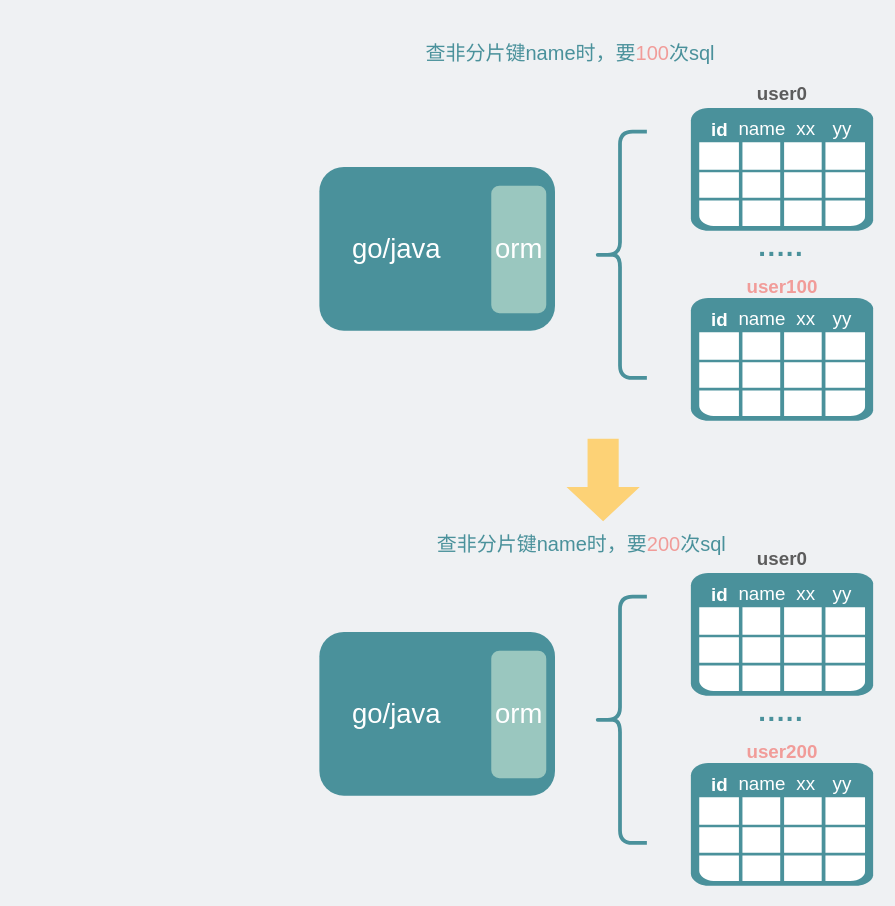
xiaobaiTech/image keeps this draw.io diagram as network/通过新索引表解决读扩散问题.drawio. Above is the earlier version. Source tidied: cells renumbered, new cells numbered last; positions are measured from the earlier drawing's top-left corner, leaving out a move shared by most shapes. Both pictures are drawn from the tidied source at 125%, with x=0, y=0 at pixel (319, 21).
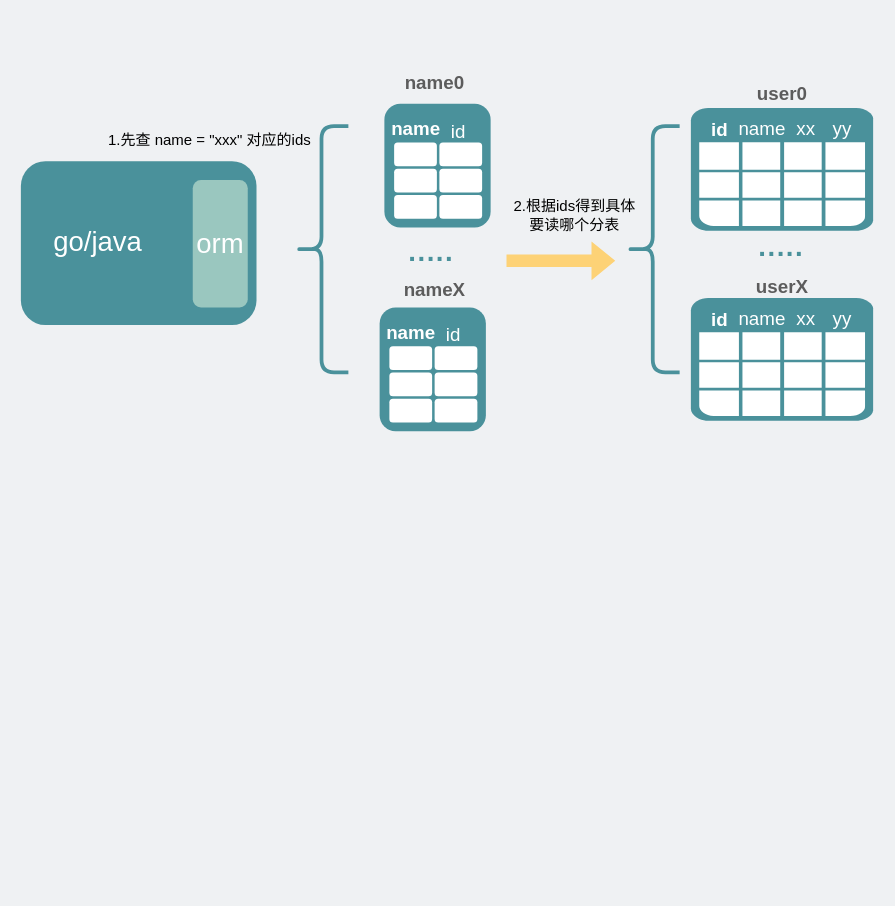
After the change.

Commit message:
Update 通过新索引表解决读扩散问题.drawio

The edit, as a diff of the source:
```diff
@@
+    <mxCell id="43" style="rounded=1;whiteSpace=wrap;html=1;fillColor=#4A919B;strokeColor=none;" parent="1" vertex="1">
+      <mxGeometry x="48.2" y="228.5" width="85" height="99" as="geometry" />
+    </mxCell>
     <mxCell id="2" style="rounded=1;whiteSpace=wrap;html=1;fillColor=#4A919B;strokeColor=none;" parent="1" vertex="1">
-      <mxGeometry y="116" width="188.5" height="131" as="geometry" />
+      <mxGeometry x="-238.8" y="111.5" width="188.5" height="131" as="geometry" />
     </mxCell>
@@
     <mxCell id="4" value="&lt;font color=&quot;#ffffff&quot; style=&quot;font-size: 22px;&quot;&gt;orm&lt;/font&gt;" style="rounded=1;whiteSpace=wrap;html=1;fillColor=#9AC7BF;strokeColor=none;" parent="1" vertex="1">
-      <mxGeometry x="137.5" y="131" width="44" height="102" as="geometry" />
+      <mxGeometry x="-101.3" y="126.5" width="44" height="102" as="geometry" />
     </mxCell>
     <mxCell id="5" value="&lt;font color=&quot;#ffffff&quot;&gt;go/java&lt;/font&gt;" style="text;html=1;strokeColor=none;fillColor=none;align=center;verticalAlign=middle;whiteSpace=wrap;rounded=0;fontSize=22;" parent="1" vertex="1">
-      <mxGeometry x="31.5" y="166.5" width="60" height="30" as="geometry" />
+      <mxGeometry x="-207.3" y="162" width="60" height="30" as="geometry" />
     </mxCell>
     <mxCell id="6" style="shape=curlyBracket;whiteSpace=wrap;html=1;rounded=1;fontSize=22;fontColor=#FFFFFF;strokeColor=#4A919B;fillColor=none;strokeWidth=3;" parent="1" vertex="1">
-      <mxGeometry x="219" y="87.8" width="43" height="197" as="geometry" />
+      <mxGeometry x="-19.8" y="83.3" width="43" height="197" as="geometry" />
     </mxCell>
@@
-    <mxCell id="10" value="&lt;font style=&quot;font-size: 16px;&quot;&gt;查非分片键name时，要&lt;font color=&quot;#f19c99&quot;&gt;100&lt;/font&gt;次sql&lt;/font&gt;" style="text;html=1;strokeColor=none;fillColor=none;align=center;verticalAlign=middle;whiteSpace=wrap;rounded=0;fontSize=22;fontColor=#4A919B;" parent="1" vertex="1">
-      <mxGeometry x="31.5" width="338" height="48" as="geometry" />
-    </mxCell>
@@
-    <mxCell id="17" value="&lt;font color=&quot;#f19c99&quot;&gt;&lt;span style=&quot;font-size: 15px;&quot;&gt;user100&lt;/span&gt;&lt;/font&gt;" style="text;strokeColor=none;fillColor=none;html=1;fontSize=24;fontStyle=1;verticalAlign=middle;align=center;fontColor=#FFFFFF;" parent="1" vertex="1">
+    <mxCell id="17" value="&lt;font color=&quot;#5c5c5c&quot;&gt;&lt;span style=&quot;font-size: 15px;&quot;&gt;userX&lt;/span&gt;&lt;/font&gt;" style="text;strokeColor=none;fillColor=none;html=1;fontSize=24;fontStyle=1;verticalAlign=middle;align=center;fontColor=#FFFFFF;" parent="1" vertex="1">
       <mxGeometry x="320.1" y="197" width="100" height="23" as="geometry" />
     </mxCell>
@@
-    <mxCell id="22" style="rounded=1;whiteSpace=wrap;html=1;fillColor=#4A919B;strokeColor=none;" parent="1" vertex="1">
-      <mxGeometry y="488" width="188.5" height="131" as="geometry" />
-    </mxCell>
-    <mxCell id="23" style="shadow=0;dashed=0;html=1;strokeColor=none;fillColor=#4A919B;labelPosition=center;verticalLabelPosition=bottom;verticalAlign=top;align=center;shape=mxgraph.veeam.table;fontSize=22;" parent="1" vertex="1">
-      <mxGeometry x="297.2" y="440.8" width="145.8" height="98.2" as="geometry" />
-    </mxCell>
-    <mxCell id="24" value="&lt;font color=&quot;#ffffff&quot; style=&quot;font-size: 22px;&quot;&gt;orm&lt;/font&gt;" style="rounded=1;whiteSpace=wrap;html=1;fillColor=#9AC7BF;strokeColor=none;" parent="1" vertex="1">
-      <mxGeometry x="137.5" y="503" width="44" height="102" as="geometry" />
-    </mxCell>
-    <mxCell id="25" value="&lt;font color=&quot;#ffffff&quot;&gt;go/java&lt;/font&gt;" style="text;html=1;strokeColor=none;fillColor=none;align=center;verticalAlign=middle;whiteSpace=wrap;rounded=0;fontSize=22;" parent="1" vertex="1">
-      <mxGeometry x="31.5" y="538.5" width="60" height="30" as="geometry" />
-    </mxCell>
-    <mxCell id="26" style="shape=curlyBracket;whiteSpace=wrap;html=1;rounded=1;fontSize=22;fontColor=#FFFFFF;strokeColor=#4A919B;fillColor=none;strokeWidth=3;" parent="1" vertex="1">
-      <mxGeometry x="219" y="459.8" width="43" height="197" as="geometry" />
-    </mxCell>
-    <mxCell id="27" value="&lt;span style=&quot;font-size: 15px;&quot;&gt;&lt;b&gt;id&lt;/b&gt;&lt;/span&gt;" style="text;strokeColor=none;fillColor=none;html=1;fontSize=15;fontStyle=0;verticalAlign=middle;align=center;fontColor=#FFFFFF;" parent="1" vertex="1">
-      <mxGeometry x="298" y="448" width="44" height="20" as="geometry" />
-    </mxCell>
-    <mxCell id="28" value="&lt;font color=&quot;#5c5c5c&quot;&gt;&lt;span style=&quot;font-size: 15px;&quot;&gt;user0&lt;/span&gt;&lt;/font&gt;" style="text;strokeColor=none;fillColor=none;html=1;fontSize=24;fontStyle=1;verticalAlign=middle;align=center;fontColor=#FFFFFF;" parent="1" vertex="1">
-      <mxGeometry x="320.1" y="407" width="100" height="40" as="geometry" />
-    </mxCell>
+    <mxCell id="44" value="&lt;span style=&quot;font-size: 15px;&quot;&gt;id&lt;/span&gt;" style="text;strokeColor=none;fillColor=none;html=1;fontSize=15;fontStyle=0;verticalAlign=middle;align=center;fontColor=#FFFFFF;" parent="1" vertex="1">
+      <mxGeometry x="85.4" y="239.5" width="44" height="20" as="geometry" />
+    </mxCell>
+    <mxCell id="45" value="&lt;font color=&quot;#5c5c5c&quot;&gt;&lt;span style=&quot;font-size: 15px;&quot;&gt;nameX&lt;/span&gt;&lt;/font&gt;" style="text;strokeColor=none;fillColor=none;html=1;fontSize=24;fontStyle=1;verticalAlign=middle;align=center;fontColor=#FFFFFF;" parent="1" vertex="1">
+      <mxGeometry x="42.2" y="192" width="100" height="40" as="geometry" />
+    </mxCell>
+    <mxCell id="46" style="edgeStyle=orthogonalEdgeStyle;rounded=0;orthogonalLoop=1;jettySize=auto;html=1;exitX=0.5;exitY=1;exitDx=0;exitDy=0;fontSize=15;fontColor=#4A919B;" parent="1" edge="1">
+      <mxGeometry relative="1" as="geometry">
+        <mxPoint x="66.5" y="250.3" as="sourcePoint" />
+        <mxPoint x="66.5" y="250.3" as="targetPoint" />
+      </mxGeometry>
+    </mxCell>
+    <mxCell id="47" value="&lt;span style=&quot;font-size: 15px;&quot;&gt;&lt;b&gt;name&lt;/b&gt;&lt;/span&gt;" style="text;strokeColor=none;fillColor=none;html=1;fontSize=15;fontStyle=0;verticalAlign=middle;align=center;fontColor=#FFFFFF;" parent="1" vertex="1">
+      <mxGeometry x="56.9" y="239.5" width="32.9" height="17" as="geometry" />
+    </mxCell>
+    <mxCell id="48" style="rounded=1;whiteSpace=wrap;html=1;fillColor=#FFFFFF;strokeColor=none;" parent="1" vertex="1">
+      <mxGeometry x="56" y="259.5" width="34.2" height="19" as="geometry" />
+    </mxCell>
+    <mxCell id="49" style="rounded=1;whiteSpace=wrap;html=1;fillColor=#FFFFFF;strokeColor=none;" parent="1" vertex="1">
+      <mxGeometry x="92.2" y="259.5" width="34.2" height="19" as="geometry" />
+    </mxCell>
+    <mxCell id="50" style="rounded=1;whiteSpace=wrap;html=1;fillColor=#FFFFFF;strokeColor=none;" parent="1" vertex="1">
+      <mxGeometry x="56" y="280.5" width="34.2" height="19" as="geometry" />
+    </mxCell>
+    <mxCell id="51" style="rounded=1;whiteSpace=wrap;html=1;fillColor=#FFFFFF;strokeColor=none;" parent="1" vertex="1">
+      <mxGeometry x="92.2" y="280.5" width="34.2" height="19" as="geometry" />
+    </mxCell>
+    <mxCell id="52" style="rounded=1;whiteSpace=wrap;html=1;fillColor=#FFFFFF;strokeColor=none;" parent="1" vertex="1">
+      <mxGeometry x="56" y="301.5" width="34.2" height="19" as="geometry" />
+    </mxCell>
+    <mxCell id="53" style="rounded=1;whiteSpace=wrap;html=1;fillColor=#FFFFFF;strokeColor=none;" parent="1" vertex="1">
+      <mxGeometry x="92.2" y="301.5" width="34.2" height="19" as="geometry" />
+    </mxCell>
+    <mxCell id="54" style="rounded=1;whiteSpace=wrap;html=1;fillColor=#4A919B;strokeColor=none;" parent="1" vertex="1">
+      <mxGeometry x="52" y="65.5" width="85" height="99" as="geometry" />
+    </mxCell>
+    <mxCell id="55" value="&lt;span style=&quot;font-size: 15px;&quot;&gt;id&lt;/span&gt;" style="text;strokeColor=none;fillColor=none;html=1;fontSize=15;fontStyle=0;verticalAlign=middle;align=center;fontColor=#FFFFFF;" parent="1" vertex="1">
+      <mxGeometry x="89.2" y="76.5" width="44" height="20" as="geometry" />
+    </mxCell>
+    <mxCell id="56" value="&lt;font color=&quot;#5c5c5c&quot;&gt;&lt;span style=&quot;font-size: 15px;&quot;&gt;name0&lt;/span&gt;&lt;/font&gt;" style="text;strokeColor=none;fillColor=none;html=1;fontSize=24;fontStyle=1;verticalAlign=middle;align=center;fontColor=#FFFFFF;" parent="1" vertex="1">
+      <mxGeometry x="42.2" y="25.5" width="100" height="40" as="geometry" />
+    </mxCell>
+    <mxCell id="57" style="edgeStyle=orthogonalEdgeStyle;rounded=0;orthogonalLoop=1;jettySize=auto;html=1;exitX=0.5;exitY=1;exitDx=0;exitDy=0;fontSize=15;fontColor=#4A919B;" parent="1" edge="1">
+      <mxGeometry relative="1" as="geometry">
+        <mxPoint x="70.3" y="87.3" as="sourcePoint" />
+        <mxPoint x="70.3" y="87.3" as="targetPoint" />
+      </mxGeometry>
+    </mxCell>
+    <mxCell id="58" value="&lt;span style=&quot;font-size: 15px;&quot;&gt;&lt;b&gt;name&lt;/b&gt;&lt;/span&gt;" style="text;strokeColor=none;fillColor=none;html=1;fontSize=15;fontStyle=0;verticalAlign=middle;align=center;fontColor=#FFFFFF;" parent="1" vertex="1">
+      <mxGeometry x="60.7" y="76.5" width="32.9" height="17" as="geometry" />
+    </mxCell>
+    <mxCell id="59" style="rounded=1;whiteSpace=wrap;html=1;fillColor=#FFFFFF;strokeColor=none;" parent="1" vertex="1">
+      <mxGeometry x="59.8" y="96.5" width="34.2" height="19" as="geometry" />
+    </mxCell>
+    <mxCell id="60" style="rounded=1;whiteSpace=wrap;html=1;fillColor=#FFFFFF;strokeColor=none;" parent="1" vertex="1">
+      <mxGeometry x="96" y="96.5" width="34.2" height="19" as="geometry" />
+    </mxCell>
+    <mxCell id="61" style="rounded=1;whiteSpace=wrap;html=1;fillColor=#FFFFFF;strokeColor=none;" parent="1" vertex="1">
+      <mxGeometry x="59.8" y="117.5" width="34.2" height="19" as="geometry" />
+    </mxCell>
+    <mxCell id="62" style="rounded=1;whiteSpace=wrap;html=1;fillColor=#FFFFFF;strokeColor=none;" parent="1" vertex="1">
+      <mxGeometry x="96" y="117.5" width="34.2" height="19" as="geometry" />
+    </mxCell>
+    <mxCell id="63" style="rounded=1;whiteSpace=wrap;html=1;fillColor=#FFFFFF;strokeColor=none;" parent="1" vertex="1">
+      <mxGeometry x="59.8" y="138.5" width="34.2" height="19" as="geometry" />
+    </mxCell>
+    <mxCell id="64" style="rounded=1;whiteSpace=wrap;html=1;fillColor=#FFFFFF;strokeColor=none;" parent="1" vertex="1">
+      <mxGeometry x="96" y="138.5" width="34.2" height="19" as="geometry" />
+    </mxCell>
     <mxCell id="29" value="&lt;font color=&quot;#4a919b&quot; style=&quot;font-size: 22px;&quot;&gt;&lt;b&gt;·····&lt;/b&gt;&lt;/font&gt;" style="text;html=1;strokeColor=none;fillColor=none;align=center;verticalAlign=middle;whiteSpace=wrap;rounded=0;" parent="1" vertex="1">
-      <mxGeometry x="340.1" y="543.3" width="60" height="30" as="geometry" />
+      <mxGeometry x="59.8" y="174.5" width="60" height="30" as="geometry" />
     </mxCell>
-    <mxCell id="30" style="edgeStyle=orthogonalEdgeStyle;rounded=0;orthogonalLoop=1;jettySize=auto;html=1;exitX=0.5;exitY=1;exitDx=0;exitDy=0;fontSize=15;fontColor=#4A919B;" parent="1" edge="1">
-      <mxGeometry relative="1" as="geometry">
-        <mxPoint x="315.5" y="489.8" as="sourcePoint" />
-        <mxPoint x="315.5" y="489.8" as="targetPoint" />
-      </mxGeometry>
-    </mxCell>
-    <mxCell id="31" value="&lt;span style=&quot;font-size: 15px;&quot;&gt;name&lt;/span&gt;" style="text;strokeColor=none;fillColor=none;html=1;fontSize=15;fontStyle=0;verticalAlign=middle;align=center;fontColor=#FFFFFF;" parent="1" vertex="1">
-      <mxGeometry x="332" y="447" width="44" height="20" as="geometry" />
-    </mxCell>
-    <mxCell id="32" value="&lt;span style=&quot;font-size: 15px;&quot;&gt;xx&lt;/span&gt;" style="text;strokeColor=none;fillColor=none;html=1;fontSize=15;fontStyle=0;verticalAlign=middle;align=center;fontColor=#FFFFFF;" parent="1" vertex="1">
-      <mxGeometry x="367" y="447" width="44" height="20" as="geometry" />
-    </mxCell>
-    <mxCell id="33" value="yy" style="text;strokeColor=none;fillColor=none;html=1;fontSize=15;fontStyle=0;verticalAlign=middle;align=center;fontColor=#FFFFFF;" parent="1" vertex="1">
-      <mxGeometry x="396" y="447" width="44" height="20" as="geometry" />
-    </mxCell>
-    <mxCell id="34" style="shadow=0;dashed=0;html=1;strokeColor=none;fillColor=#4A919B;labelPosition=center;verticalLabelPosition=bottom;verticalAlign=top;align=center;shape=mxgraph.veeam.table;fontSize=22;" parent="1" vertex="1">
-      <mxGeometry x="297.2" y="592.8" width="145.8" height="98.2" as="geometry" />
-    </mxCell>
-    <mxCell id="35" value="&lt;span style=&quot;font-size: 15px;&quot;&gt;&lt;b&gt;id&lt;/b&gt;&lt;/span&gt;" style="text;strokeColor=none;fillColor=none;html=1;fontSize=15;fontStyle=0;verticalAlign=middle;align=center;fontColor=#FFFFFF;" parent="1" vertex="1">
-      <mxGeometry x="298" y="600" width="44" height="20" as="geometry" />
-    </mxCell>
-    <mxCell id="36" value="&lt;font color=&quot;#f19c99&quot;&gt;&lt;span style=&quot;font-size: 15px;&quot;&gt;user200&lt;/span&gt;&lt;/font&gt;" style="text;strokeColor=none;fillColor=none;html=1;fontSize=24;fontStyle=1;verticalAlign=middle;align=center;fontColor=#FFFFFF;" parent="1" vertex="1">
-      <mxGeometry x="320.1" y="569" width="100" height="23" as="geometry" />
-    </mxCell>
-    <mxCell id="37" style="edgeStyle=orthogonalEdgeStyle;rounded=0;orthogonalLoop=1;jettySize=auto;html=1;exitX=0.5;exitY=1;exitDx=0;exitDy=0;fontSize=15;fontColor=#4A919B;" parent="1" edge="1">
-      <mxGeometry relative="1" as="geometry">
-        <mxPoint x="315.5" y="641.8" as="sourcePoint" />
-        <mxPoint x="315.5" y="641.8" as="targetPoint" />
-      </mxGeometry>
-    </mxCell>
-    <mxCell id="38" value="&lt;span style=&quot;font-size: 15px;&quot;&gt;name&lt;/span&gt;" style="text;strokeColor=none;fillColor=none;html=1;fontSize=15;fontStyle=0;verticalAlign=middle;align=center;fontColor=#FFFFFF;" parent="1" vertex="1">
-      <mxGeometry x="332" y="599" width="44" height="20" as="geometry" />
-    </mxCell>
-    <mxCell id="39" value="&lt;span style=&quot;font-size: 15px;&quot;&gt;xx&lt;/span&gt;" style="text;strokeColor=none;fillColor=none;html=1;fontSize=15;fontStyle=0;verticalAlign=middle;align=center;fontColor=#FFFFFF;" parent="1" vertex="1">
-      <mxGeometry x="367" y="599" width="44" height="20" as="geometry" />
-    </mxCell>
-    <mxCell id="40" value="&lt;span style=&quot;font-size: 15px;&quot;&gt;yy&lt;/span&gt;" style="text;strokeColor=none;fillColor=none;html=1;fontSize=15;fontStyle=0;verticalAlign=middle;align=center;fontColor=#FFFFFF;" parent="1" vertex="1">
-      <mxGeometry x="396" y="599" width="44" height="20" as="geometry" />
-    </mxCell>
-    <mxCell id="41" style="shape=flexArrow;endArrow=classic;html=1;rounded=0;fontSize=15;fontColor=#5C5C5C;strokeColor=none;fillColor=#FDD276;endWidth=32.69471053727614;endSize=8.820408163265306;width=24.897959183673468;" parent="1" edge="1">
-      <mxGeometry relative="1" as="geometry">
-        <mxPoint x="227" y="333" as="sourcePoint" />
-        <mxPoint x="227" y="400" as="targetPoint" />
-      </mxGeometry>
-    </mxCell>
-    <mxCell id="42" value="&lt;font style=&quot;font-size: 16px;&quot;&gt;查非分片键name时，要&lt;font color=&quot;#f19c99&quot;&gt;200&lt;/font&gt;次sql&lt;/font&gt;" style="text;html=1;strokeColor=none;fillColor=none;align=center;verticalAlign=middle;whiteSpace=wrap;rounded=0;fontSize=22;fontColor=#4A919B;" parent="1" vertex="1">
-      <mxGeometry x="41" y="392.8" width="338" height="48" as="geometry" />
-    </mxCell>
+    <mxCell id="65" value="1.先查 name = &quot;xxx&quot; 对应的ids" style="text;html=1;strokeColor=none;fillColor=none;align=center;verticalAlign=middle;whiteSpace=wrap;rounded=0;" parent="1" vertex="1">
+      <mxGeometry x="-180.8" y="76.5" width="187" height="36" as="geometry" />
+    </mxCell>
+    <mxCell id="66" style="shape=flexArrow;endArrow=classic;html=1;rounded=0;strokeColor=none;fillColor=#FDD276;" parent="1" edge="1">
+      <mxGeometry relative="1" as="geometry">
+        <mxPoint x="149.2" y="191.1" as="sourcePoint" />
+        <mxPoint x="237.2" y="191.1" as="targetPoint" />
+      </mxGeometry>
+    </mxCell>
+    <mxCell id="67" value="2.根据ids得到具体&lt;br&gt;要读哪个分表" style="text;html=1;strokeColor=none;fillColor=none;align=center;verticalAlign=middle;whiteSpace=wrap;rounded=0;" parent="1" vertex="1">
+      <mxGeometry x="111.2" y="136.5" width="187" height="36" as="geometry" />
+    </mxCell>
+    <mxCell id="68" style="shape=curlyBracket;whiteSpace=wrap;html=1;rounded=1;fontSize=22;fontColor=#FFFFFF;strokeColor=#4A919B;fillColor=none;strokeWidth=3;" parent="1" vertex="1">
+      <mxGeometry x="245.2" y="83.3" width="43" height="197" as="geometry" />
+    </mxCell>
```
